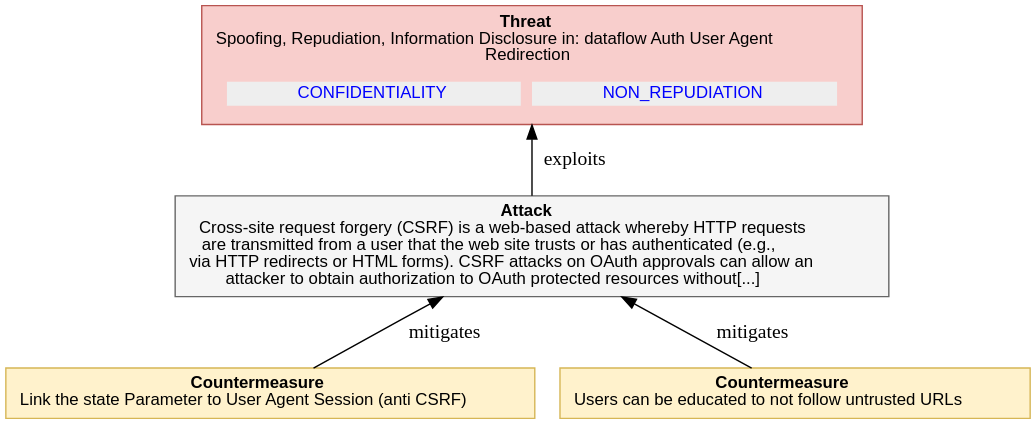
Earlier version of the PlantUML export report-examples/OAuth2/img/threatTree/4_4_1_8_CSRF_ON_REDIRECT.svg (DavidCervigni/threat-models). Its source is kept beside it as report-examples/OAuth2/img/threatTree/4_4_1_8_CSRF_ON_REDIRECT.puml.
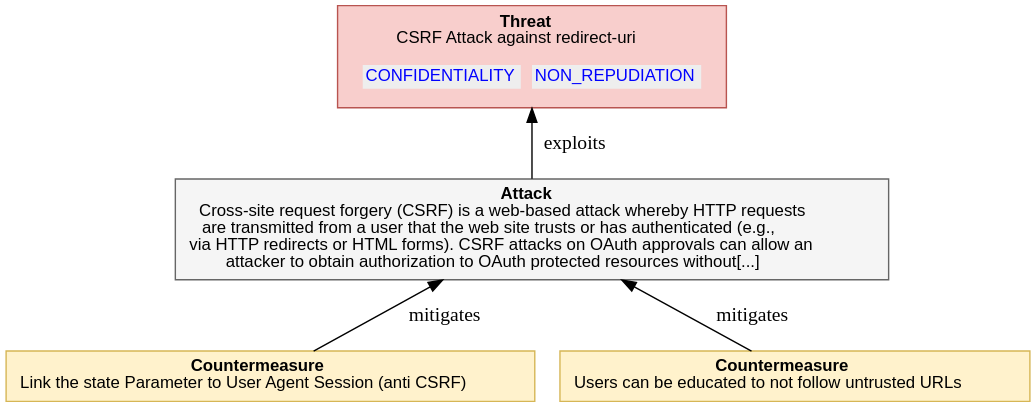
Above is the later version.

What changed in the source:
```diff
@@ -7,7 +7,7 @@
     <<table border="0" cellborder="0" cellspacing="0">
      <tr><td align="center"><b>Threat</b><br/>
 
-Spoofing, Repudiation, Information Disclosure in: dataflow Auth User Agent<br/>Redirection
+CSRF Attack against redirect-uri
 </td></tr>
      <tr><td><table border="0" cellborder="0" cellspacing="8"><tr>
                 ret += secObj.linkedImpactMDText()
```
